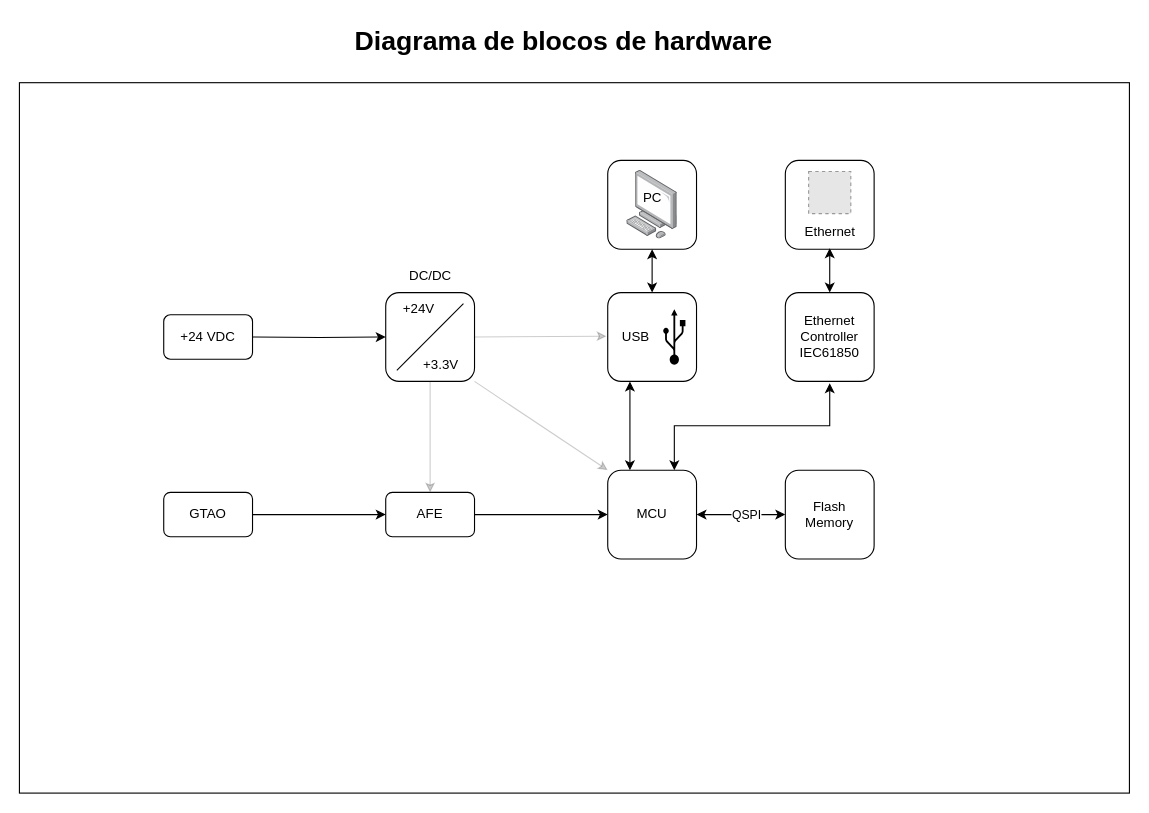
washburn961/Prototipo-IED keeps this draw.io diagram as HardwareBlockDiagram.drawio. Above is the earlier version. Source tidied: cells renumbered, new cells numbered last; positions are measured from the earlier drawing's top-left corner, leaving out a move shared by most shapes. Both pictures are drawn from the tidied source at 111%, with x=0, y=0 at pixel (19, 19). Pictures stored in the file or linked from it are replaced by grey dashed boxes.
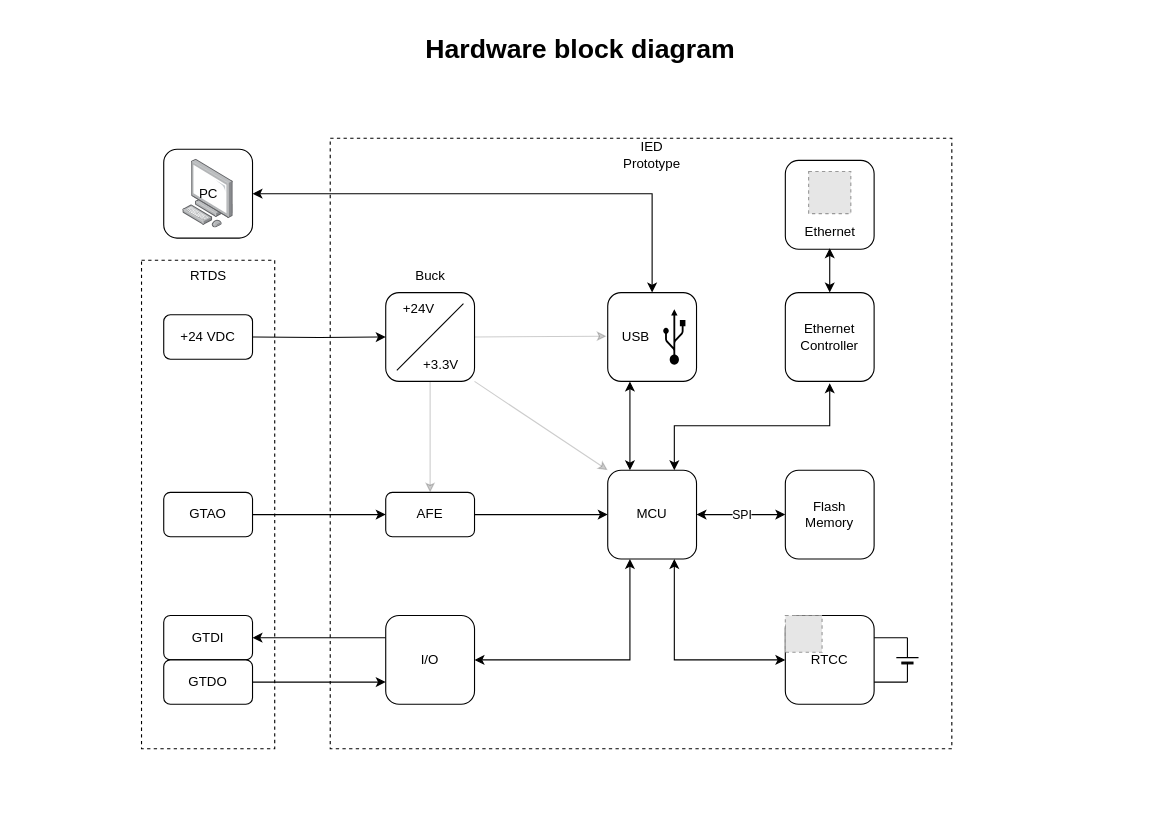
After the change.

Unchanged cells that the change refers to:
```xml
<mxCell id="6" style="edgeStyle=orthogonalEdgeStyle;rounded=0;jettySize=auto;html=1;exitX=1;exitY=0.5;exitDx=0;exitDy=0;entryX=0;entryY=0.5;entryDx=0;entryDy=0;startArrow=classic;startFill=1;" parent="1" edge="1" source="9" target="24">
  <mxGeometry relative="1" as="geometry" />
</mxCell>
<mxCell id="9" value="MCU" style="rounded=1;whiteSpace=wrap;html=1;" parent="1" vertex="1">
  <mxGeometry x="530" y="406.1" width="80" height="80" as="geometry" />
</mxCell>
<mxCell id="13" style="rounded=1;whiteSpace=wrap;html=1;" parent="12" vertex="1">
  <mxGeometry width="80" height="80" as="geometry" />
</mxCell>
```

Change to the diagram source:
```diff
@@
-    <mxCell id="2" style="whiteSpace=wrap;html=1;gradientColor=none;fillColor=none;" parent="1" vertex="1">
-      <mxGeometry y="57" width="1000" height="640" as="geometry" />
-    </mxCell>
+    <mxCell id="38" style="rounded=0;whiteSpace=wrap;html=1;fillColor=none;dashed=1;" parent="1" vertex="1">
+      <mxGeometry x="280" y="107" width="560" height="550" as="geometry" />
+    </mxCell>
+    <mxCell id="39" style="rounded=0;whiteSpace=wrap;html=1;fillColor=none;dashed=1;" parent="1" vertex="1">
+      <mxGeometry x="110" y="217" width="120" height="440" as="geometry" />
+    </mxCell>
@@
-    <mxCell id="7" value="QSPI" style="edgeLabel;html=1;align=center;verticalAlign=middle;" parent="6" vertex="1">
+    <mxCell id="7" value="SPI" style="edgeLabel;html=1;align=center;verticalAlign=middle;" parent="6" vertex="1">
       <mxGeometry x="-0.22" relative="1" as="geometry">
-        <mxPoint x="13" as="offset" />
+        <mxPoint x="9" as="offset" />
       </mxGeometry>
     </mxCell>
@@
-    <mxCell id="10" style="edgeStyle=orthogonalEdgeStyle;rounded=0;jettySize=auto;html=1;exitX=0.5;exitY=0;exitDx=0;exitDy=0;entryX=0.5;entryY=1;entryDx=0;entryDy=0;startArrow=classic;startFill=1;" parent="1" edge="1" source="13" target="25">
+    <mxCell id="10" style="edgeStyle=orthogonalEdgeStyle;rounded=0;jettySize=auto;html=1;exitX=0.5;exitY=0;exitDx=0;exitDy=0;entryX=1;entryY=0.5;entryDx=0;entryDy=0;startArrow=classic;startFill=1;" parent="1" edge="1" source="13" target="25">
       <mxGeometry relative="1" as="geometry" />
     </mxCell>
-    <mxCell id="11" style="image;html=1;align=center;shadow=0;dashed=0;image=img/lib/allied_telesis/computer_and_terminals/Personal_Computer.svg;" parent="1" vertex="1">
-      <mxGeometry x="547.2" y="136.1" width="45.6" height="61.8" as="geometry" />
-    </mxCell>
@@
-    <mxCell id="25" style="rounded=1;whiteSpace=wrap;html=1;fillColor=none;" parent="1" vertex="1">
-      <mxGeometry x="530" y="127" width="80" height="80" as="geometry" />
-    </mxCell>
-    <mxCell id="26" value="PC" style="text;html=1;align=center;verticalAlign=middle;strokeColor=none;fillColor=none;" parent="1" vertex="1">
-      <mxGeometry x="550" y="146.1" width="40" height="30" as="geometry" />
-    </mxCell>
@@
-    <mxCell id="30" value="DC/DC" style="text;html=1;align=center;verticalAlign=middle;strokeColor=none;fillColor=none;" parent="1" vertex="1">
-      <mxGeometry x="340" y="216.1" width="60" height="30" as="geometry" />
+    <mxCell id="30" value="Buck" style="text;html=1;align=center;verticalAlign=middle;strokeColor=none;fillColor=none;" parent="1" vertex="1">
+      <mxGeometry x="345" y="216.1" width="50" height="30" as="geometry" />
     </mxCell>
@@
-    <mxCell id="36" value="Ethernet&lt;br&gt;Controller&lt;br&gt;IEC61850" style="rounded=1;whiteSpace=wrap;html=1;" parent="1" vertex="1">
+    <mxCell id="36" value="Ethernet&lt;br&gt;Controller" style="rounded=1;whiteSpace=wrap;html=1;" parent="1" vertex="1">
       <mxGeometry x="690" y="246.1" width="80" height="80" as="geometry" />
     </mxCell>
-    <mxCell id="37" value="Diagrama de blocos de hardware" style="text;html=1;align=center;verticalAlign=middle;strokeColor=none;fillColor=none;fontSize=24;fontStyle=1;" parent="1" vertex="1">
-      <mxGeometry x="290" width="400" height="40" as="geometry" />
+    <mxCell id="37" value="Hardware block diagram" style="text;html=1;align=center;verticalAlign=middle;strokeColor=none;fillColor=none;fontSize=24;fontStyle=1;" parent="1" vertex="1">
+      <mxGeometry x="355" y="7" width="300" height="40" as="geometry" />
     </mxCell>
+    <mxCell id="40" style="group;" parent="1" vertex="1">
+      <mxGeometry x="690" y="537" width="120" height="80" as="geometry" />
+    </mxCell>
+    <mxCell id="41" style="verticalLabelPosition=bottom;shadow=0;dashed=0;align=center;fillColor=strokeColor;html=1;verticalAlign=top;strokeWidth=1;shape=mxgraph.electrical.miscellaneous.monocell_battery;direction=north;" parent="40" vertex="1">
+      <mxGeometry x="100" y="20" width="20" height="40" as="geometry" />
+    </mxCell>
+    <mxCell id="42" value="RTCC" style="rounded=1;whiteSpace=wrap;html=1;" parent="40" vertex="1">
+      <mxGeometry width="80" height="80" as="geometry" />
+    </mxCell>
+    <mxCell id="43" style="edgeStyle=orthogonalEdgeStyle;rounded=0;jettySize=auto;html=1;exitX=1;exitY=0.5;exitDx=0;exitDy=0;exitPerimeter=0;entryX=1;entryY=0.25;entryDx=0;entryDy=0;endArrow=none;endFill=0;" parent="40" edge="1" source="41" target="42">
+      <mxGeometry relative="1" as="geometry" />
+    </mxCell>
+    <mxCell id="44" style="edgeStyle=orthogonalEdgeStyle;rounded=0;jettySize=auto;html=1;exitX=0;exitY=0.5;exitDx=0;exitDy=0;exitPerimeter=0;entryX=1;entryY=0.75;entryDx=0;entryDy=0;endArrow=none;endFill=0;" parent="40" edge="1" source="41" target="42">
+      <mxGeometry relative="1" as="geometry" />
+    </mxCell>
+    <mxCell id="45" style="fillColor=#E6E6E6;strokeColor=#999999;dashed=1;html=1;verticalAlign=top;verticalLabelPosition=bottom;labelBackgroundColor=#ffffff;" parent="40" vertex="1">
+      <mxGeometry width="33.1" height="33.1" as="geometry" />
+    </mxCell>
+    <mxCell id="46" style="edgeStyle=orthogonalEdgeStyle;rounded=0;jettySize=auto;html=1;exitX=1;exitY=0.5;exitDx=0;exitDy=0;startArrow=classic;startFill=1;" parent="1" edge="1" source="48">
+      <mxGeometry relative="1" as="geometry">
+        <mxPoint x="550" y="486" as="targetPoint" />
+        <Array as="points">
+          <mxPoint x="550" y="577" />
+          <mxPoint x="550" y="486" />
+        </Array>
+      </mxGeometry>
+    </mxCell>
+    <mxCell id="47" style="edgeStyle=orthogonalEdgeStyle;rounded=0;jettySize=auto;html=1;exitX=0;exitY=0.25;exitDx=0;exitDy=0;entryX=1;entryY=0.5;entryDx=0;entryDy=0;" parent="1" edge="1" source="48" target="50">
+      <mxGeometry relative="1" as="geometry" />
+    </mxCell>
+    <mxCell id="48" value="I/O" style="rounded=1;whiteSpace=wrap;html=1;" parent="1" vertex="1">
+      <mxGeometry x="330" y="537" width="80" height="80" as="geometry" />
+    </mxCell>
+    <mxCell id="49" style="edgeStyle=orthogonalEdgeStyle;rounded=0;jettySize=auto;html=1;exitX=0;exitY=0.5;exitDx=0;exitDy=0;entryX=0.75;entryY=1;entryDx=0;entryDy=0;startArrow=classic;startFill=1;" parent="1" edge="1" source="42" target="9">
+      <mxGeometry relative="1" as="geometry" />
+    </mxCell>
+    <mxCell id="50" value="GTDI&lt;br&gt;" style="rounded=1;whiteSpace=wrap;html=1;" parent="1" vertex="1">
+      <mxGeometry x="130" y="537" width="80" height="40" as="geometry" />
+    </mxCell>
+    <mxCell id="51" style="edgeStyle=orthogonalEdgeStyle;rounded=0;jettySize=auto;html=1;exitX=1;exitY=0.5;exitDx=0;exitDy=0;entryX=0;entryY=0.75;entryDx=0;entryDy=0;" parent="1" edge="1" source="52" target="48">
+      <mxGeometry relative="1" as="geometry" />
+    </mxCell>
+    <mxCell id="52" value="GTDO" style="rounded=1;whiteSpace=wrap;html=1;" parent="1" vertex="1">
+      <mxGeometry x="130" y="577" width="80" height="40" as="geometry" />
+    </mxCell>
+    <mxCell id="53" value="RTDS" style="text;html=1;align=center;verticalAlign=middle;strokeColor=none;fillColor=none;" parent="1" vertex="1">
+      <mxGeometry x="140" y="216.1" width="60" height="30" as="geometry" />
+    </mxCell>
+    <mxCell id="54" style="group;" parent="1" vertex="1">
+      <mxGeometry x="130" y="117" width="80" height="80" as="geometry" />
+    </mxCell>
+    <mxCell id="11" style="image;html=1;align=center;shadow=0;dashed=0;image=img/lib/allied_telesis/computer_and_terminals/Personal_Computer.svg;" parent="54" vertex="1">
+      <mxGeometry x="17.2" y="9.1" width="45.6" height="61.8" as="geometry" />
+    </mxCell>
+    <mxCell id="25" style="rounded=1;whiteSpace=wrap;html=1;fillColor=none;" parent="54" vertex="1">
+      <mxGeometry width="80" height="80" as="geometry" />
+    </mxCell>
+    <mxCell id="26" value="PC" style="text;html=1;align=center;verticalAlign=middle;strokeColor=none;fillColor=none;" parent="54" vertex="1">
+      <mxGeometry x="20" y="25" width="40" height="30" as="geometry" />
+    </mxCell>
+    <mxCell id="55" value="IED Prototype" style="text;html=1;strokeColor=none;fillColor=none;align=center;verticalAlign=middle;whiteSpace=wrap;rounded=0;" parent="1" vertex="1">
+      <mxGeometry x="540" y="107" width="60" height="30" as="geometry" />
+    </mxCell>
```
